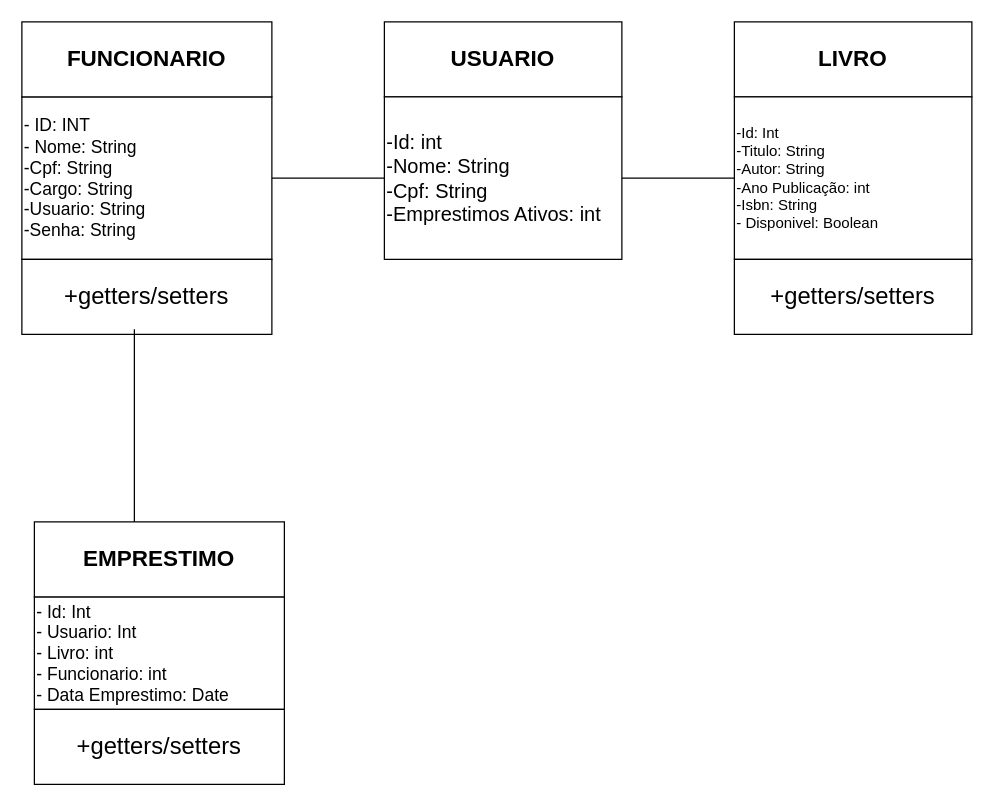
carlosisenseee/DesafioBibliotecaDB keeps this draw.io diagram as Diagrama de classes.drawio. Above is the earlier version. Source tidied: cells renumbered, new cells numbered last; positions are measured from the earlier drawing's top-left corner, leaving out a move shared by most shapes. Both pictures are drawn from the tidied source at 125%, with x=0, y=0 at pixel (21, 21).
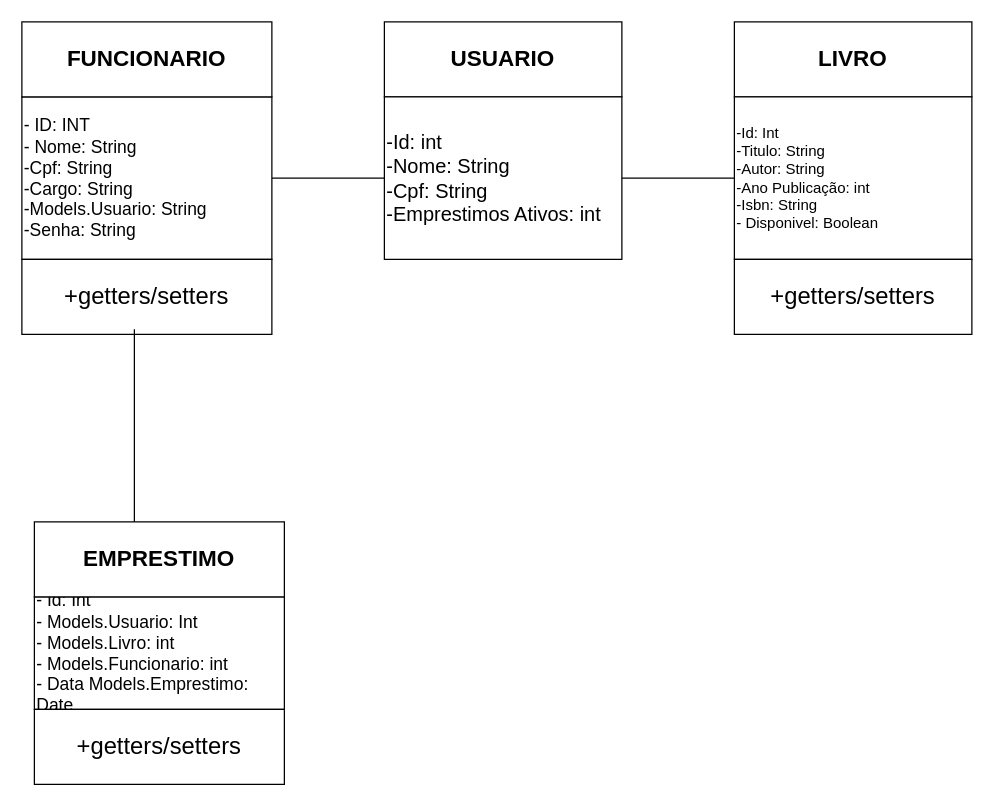
After the change.

What changed in the source:
```diff
@@
 <mxGraphModel>
   <root>
     <mxCell id="0" />
     <mxCell id="1" parent="0" />
-    <mxCell id="2" value="&lt;font style=&quot;font-size: 14px;&quot;&gt;- ID: INT&lt;/font&gt;&lt;div&gt;&lt;font style=&quot;font-size: 14px;&quot;&gt;- Nome: String&lt;/font&gt;&lt;/div&gt;&lt;div&gt;&lt;font style=&quot;font-size: 14px;&quot;&gt;-Cpf: String&lt;/font&gt;&lt;/div&gt;&lt;div&gt;&lt;font style=&quot;font-size: 14px;&quot;&gt;-Cargo: String&lt;/font&gt;&lt;/div&gt;&lt;div&gt;&lt;font style=&quot;font-size: 14px;&quot;&gt;-Usuario: String&lt;/font&gt;&lt;/div&gt;&lt;div&gt;&lt;font style=&quot;font-size: 14px;&quot;&gt;-Senha: String&lt;/font&gt;&lt;/div&gt;" style="rounded=0;whiteSpace=wrap;html=1;align=left;" parent="1" vertex="1">
+    <mxCell id="2" value="&lt;font style=&quot;font-size: 14px;&quot;&gt;- ID: INT&lt;/font&gt;&lt;div&gt;&lt;font style=&quot;font-size: 14px;&quot;&gt;- Nome: String&lt;/font&gt;&lt;/div&gt;&lt;div&gt;&lt;font style=&quot;font-size: 14px;&quot;&gt;-Cpf: String&lt;/font&gt;&lt;/div&gt;&lt;div&gt;&lt;font style=&quot;font-size: 14px;&quot;&gt;-Cargo: String&lt;/font&gt;&lt;/div&gt;&lt;div&gt;&lt;font style=&quot;font-size: 14px;&quot;&gt;-Models.Usuario: String&lt;/font&gt;&lt;/div&gt;&lt;div&gt;&lt;font style=&quot;font-size: 14px;&quot;&gt;-Senha: String&lt;/font&gt;&lt;/div&gt;" style="rounded=0;whiteSpace=wrap;html=1;align=left;" parent="1" vertex="1">
       <mxGeometry y="60" width="200" height="130" as="geometry" />
     </mxCell>
     <mxCell id="3" value="&lt;h2&gt;FUNCIONARIO&lt;/h2&gt;" style="rounded=0;whiteSpace=wrap;html=1;" parent="1" vertex="1">
       <mxGeometry width="200" height="60" as="geometry" />
     </mxCell>
     <mxCell id="4" value="&lt;font style=&quot;font-size: 19px;&quot;&gt;+getters/setters&lt;/font&gt;" style="rounded=0;whiteSpace=wrap;html=1;" parent="1" vertex="1">
       <mxGeometry y="190" width="200" height="60" as="geometry" />
     </mxCell>
     <mxCell id="5" value="&lt;h2&gt;USUARIO&lt;/h2&gt;" style="rounded=0;whiteSpace=wrap;html=1;" parent="1" vertex="1">
       <mxGeometry x="290" width="190" height="60" as="geometry" />
     </mxCell>
     <mxCell id="6" value="&lt;font style=&quot;font-size: 16px;&quot;&gt;-Id: int&lt;/font&gt;&lt;div&gt;&lt;font style=&quot;font-size: 16px;&quot;&gt;-Nome: String&lt;/font&gt;&lt;/div&gt;&lt;div&gt;&lt;font style=&quot;font-size: 16px;&quot;&gt;-Cpf: String&lt;/font&gt;&lt;/div&gt;&lt;div&gt;&lt;font style=&quot;font-size: 16px;&quot;&gt;-Emprestimos Ativos: int&lt;/font&gt;&lt;/div&gt;" style="rounded=0;whiteSpace=wrap;html=1;align=left;" parent="1" vertex="1">
       <mxGeometry x="290" y="60" width="190" height="130" as="geometry" />
     </mxCell>
     <mxCell id="7" value="&lt;h2&gt;LIVRO&lt;/h2&gt;" style="rounded=0;whiteSpace=wrap;html=1;" parent="1" vertex="1">
       <mxGeometry x="570" width="190" height="60" as="geometry" />
     </mxCell>
     <mxCell id="8" value="-Id: Int&lt;div&gt;-Titulo: String&lt;/div&gt;&lt;div&gt;-Autor: String&lt;/div&gt;&lt;div&gt;-Ano Publicação: int&lt;/div&gt;&lt;div&gt;-Isbn: String&lt;/div&gt;&lt;div&gt;- Disponivel: Boolean&lt;/div&gt;" style="rounded=0;whiteSpace=wrap;html=1;align=left;" parent="1" vertex="1">
       <mxGeometry x="570" y="60" width="190" height="130" as="geometry" />
     </mxCell>
     <mxCell id="9" value="&lt;font style=&quot;font-size: 19px;&quot;&gt;+getters/setters&lt;/font&gt;" style="rounded=0;whiteSpace=wrap;html=1;" parent="1" vertex="1">
       <mxGeometry x="570" y="190" width="190" height="60" as="geometry" />
     </mxCell>
-    <mxCell id="10" value="&lt;font style=&quot;font-size: 14px;&quot;&gt;- Id: Int&lt;/font&gt;&lt;div&gt;&lt;font style=&quot;font-size: 14px;&quot;&gt;- Usuario: Int&lt;/font&gt;&lt;/div&gt;&lt;div&gt;&lt;font style=&quot;font-size: 14px;&quot;&gt;- Livro: int&lt;/font&gt;&lt;/div&gt;&lt;div&gt;&lt;font style=&quot;font-size: 14px;&quot;&gt;- Funcionario: int&lt;/font&gt;&lt;/div&gt;&lt;div&gt;&lt;font style=&quot;font-size: 14px;&quot;&gt;- Data Emprestimo: Date&amp;nbsp;&lt;/font&gt;&lt;/div&gt;" style="rounded=0;whiteSpace=wrap;html=1;align=left;" parent="1" vertex="1">
+    <mxCell id="10" value="&lt;font style=&quot;font-size: 14px;&quot;&gt;- Id: Int&lt;/font&gt;&lt;div&gt;&lt;font style=&quot;font-size: 14px;&quot;&gt;- Models.Usuario: Int&lt;/font&gt;&lt;/div&gt;&lt;div&gt;&lt;font style=&quot;font-size: 14px;&quot;&gt;- Models.Livro: int&lt;/font&gt;&lt;/div&gt;&lt;div&gt;&lt;font style=&quot;font-size: 14px;&quot;&gt;- Models.Funcionario: int&lt;/font&gt;&lt;/div&gt;&lt;div&gt;&lt;font style=&quot;font-size: 14px;&quot;&gt;- Data Models.Emprestimo: Date&amp;nbsp;&lt;/font&gt;&lt;/div&gt;" style="rounded=0;whiteSpace=wrap;html=1;align=left;" parent="1" vertex="1">
       <mxGeometry x="10" y="460" width="200" height="90" as="geometry" />
     </mxCell>
     <mxCell id="11" value="&lt;h2&gt;EMPRESTIMO&lt;/h2&gt;" style="rounded=0;whiteSpace=wrap;html=1;" parent="1" vertex="1">
       <mxGeometry x="10" y="400" width="200" height="60" as="geometry" />
     </mxCell>
     <mxCell id="12" value="&lt;font style=&quot;font-size: 19px;&quot;&gt;+getters/setters&lt;/font&gt;" style="rounded=0;whiteSpace=wrap;html=1;" parent="1" vertex="1">
       <mxGeometry x="10" y="550" width="200" height="60" as="geometry" />
     </mxCell>
     <mxCell id="13" style="endArrow=none;html=1;rounded=0;exitX=1;exitY=0.5;exitDx=0;exitDy=0;entryX=0;entryY=0.5;entryDx=0;entryDy=0;" parent="1" edge="1" source="2" target="6">
       <mxGeometry relative="1" as="geometry" />
     </mxCell>
     <mxCell id="14" style="endArrow=none;html=1;rounded=0;entryX=0;entryY=0.5;entryDx=0;entryDy=0;exitX=1;exitY=0.5;exitDx=0;exitDy=0;" parent="1" edge="1" source="6" target="8">
       <mxGeometry relative="1" as="geometry" />
     </mxCell>
     <mxCell id="15" style="endArrow=none;html=1;rounded=0;entryX=0.45;entryY=0.933;entryDx=0;entryDy=0;entryPerimeter=0;exitX=0.4;exitY=0;exitDx=0;exitDy=0;exitPerimeter=0;" parent="1" edge="1" source="11" target="4">
       <mxGeometry relative="1" as="geometry" />
     </mxCell>
   </root>
 </mxGraphModel>
```
